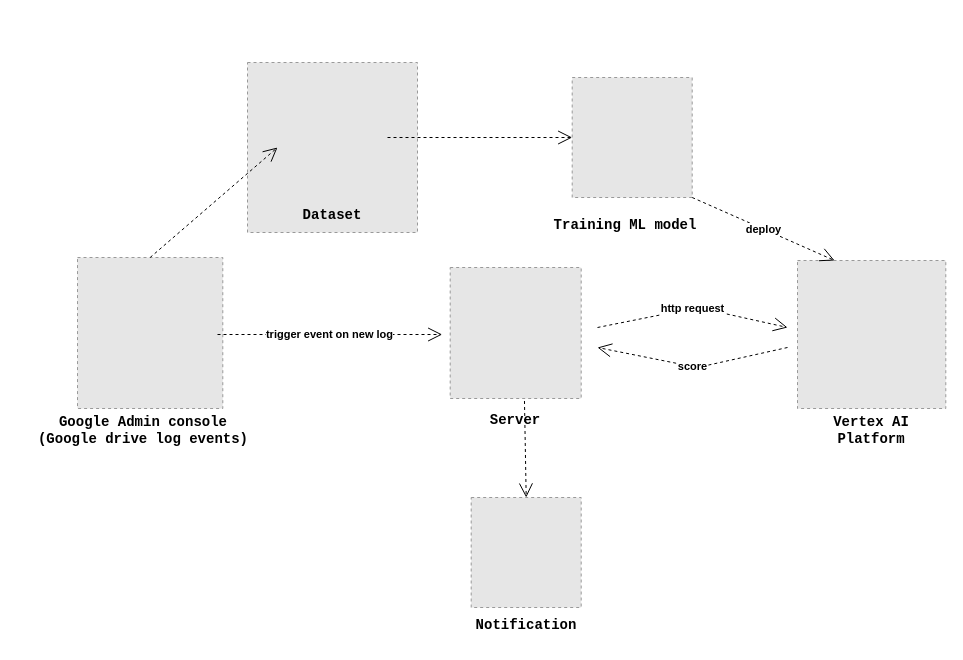
This is the pipeline.drawio from poprygo/master-thesis-bth, a draw.io file, before an edit. Source tidied: cells renumbered, new cells numbered last; positions are measured from the earlier drawing's top-left corner, leaving out a move shared by most shapes. Both pictures are drawn from the tidied source at 100%, with x=0, y=0 at pixel (17, 62). Pictures stored in the file or linked from it are replaced by grey dashed boxes.
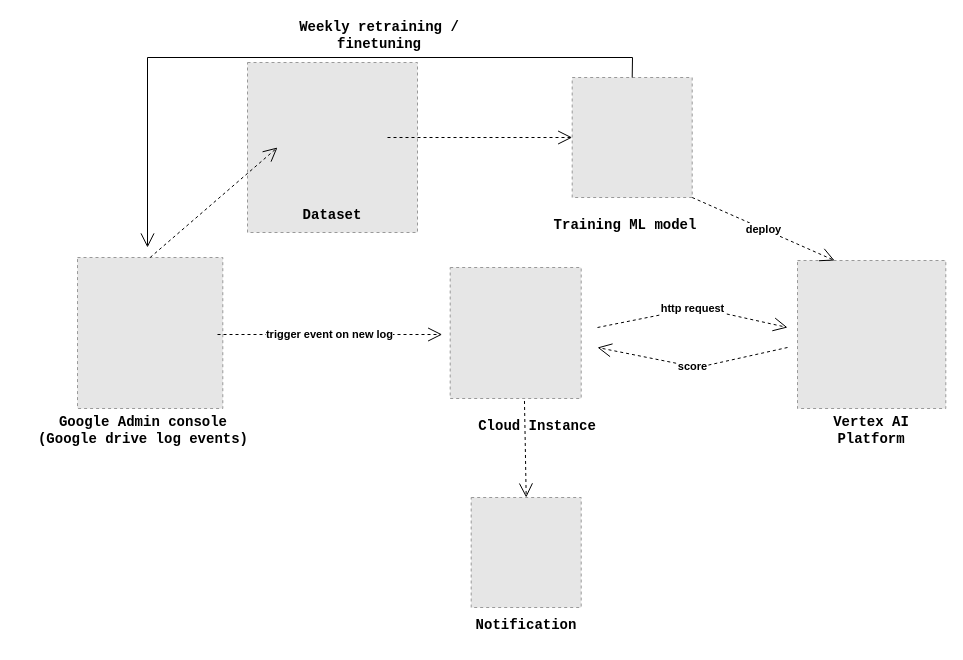
After the change.

Unchanged cells that the change refers to:
```xml
<mxCell id="4" style="fillColor=#E6E6E6;strokeColor=#999999;dashed=1;verticalLabelPosition=bottom;labelBackgroundColor=default;verticalAlign=top;" parent="1" vertex="1">
  <mxGeometry x="554.7" y="15" width="120" height="120" as="geometry" />
</mxCell>
```

Change to the diagram source:
```diff
@@
-    <mxCell id="19" value="&lt;b&gt;&lt;font face=&quot;Courier New&quot; style=&quot;font-size: 14px;&quot;&gt;Server&lt;/font&gt;&lt;/b&gt;" style="text;html=1;strokeColor=none;fillColor=none;align=center;verticalAlign=middle;whiteSpace=wrap;rounded=0;" parent="1" vertex="1">
-      <mxGeometry x="443.4" y="330" width="109.6" height="55" as="geometry" />
+    <mxCell id="19" value="&lt;b&gt;&lt;font face=&quot;Courier New&quot; style=&quot;font-size: 14px;&quot;&gt;Cloud Instance&lt;/font&gt;&lt;/b&gt;" style="text;html=1;strokeColor=none;fillColor=none;align=center;verticalAlign=middle;whiteSpace=wrap;rounded=0;" parent="1" vertex="1">
+      <mxGeometry x="450" y="336" width="140.3" height="55" as="geometry" />
     </mxCell>
@@
+    <mxCell id="21" style="endArrow=open;endFill=1;endSize=12;html=1;rounded=0;exitX=0.5;exitY=0;exitDx=0;exitDy=0;" parent="1" edge="1" source="4">
+      <mxGeometry relative="1" as="geometry">
+        <mxPoint x="130" y="185" as="targetPoint" />
+        <Array as="points">
+          <mxPoint x="615" y="-5" />
+          <mxPoint x="130" y="-5" />
+        </Array>
+      </mxGeometry>
+    </mxCell>
+    <mxCell id="22" value="&lt;b&gt;&lt;font face=&quot;Courier New&quot; style=&quot;font-size: 14px;&quot;&gt;Weekly retraining / finetuning&lt;/font&gt;&lt;/b&gt;" style="text;html=1;strokeColor=none;fillColor=none;align=center;verticalAlign=middle;whiteSpace=wrap;rounded=0;" parent="1" vertex="1">
+      <mxGeometry x="264" y="-45" width="196" height="35" as="geometry" />
+    </mxCell>
```
